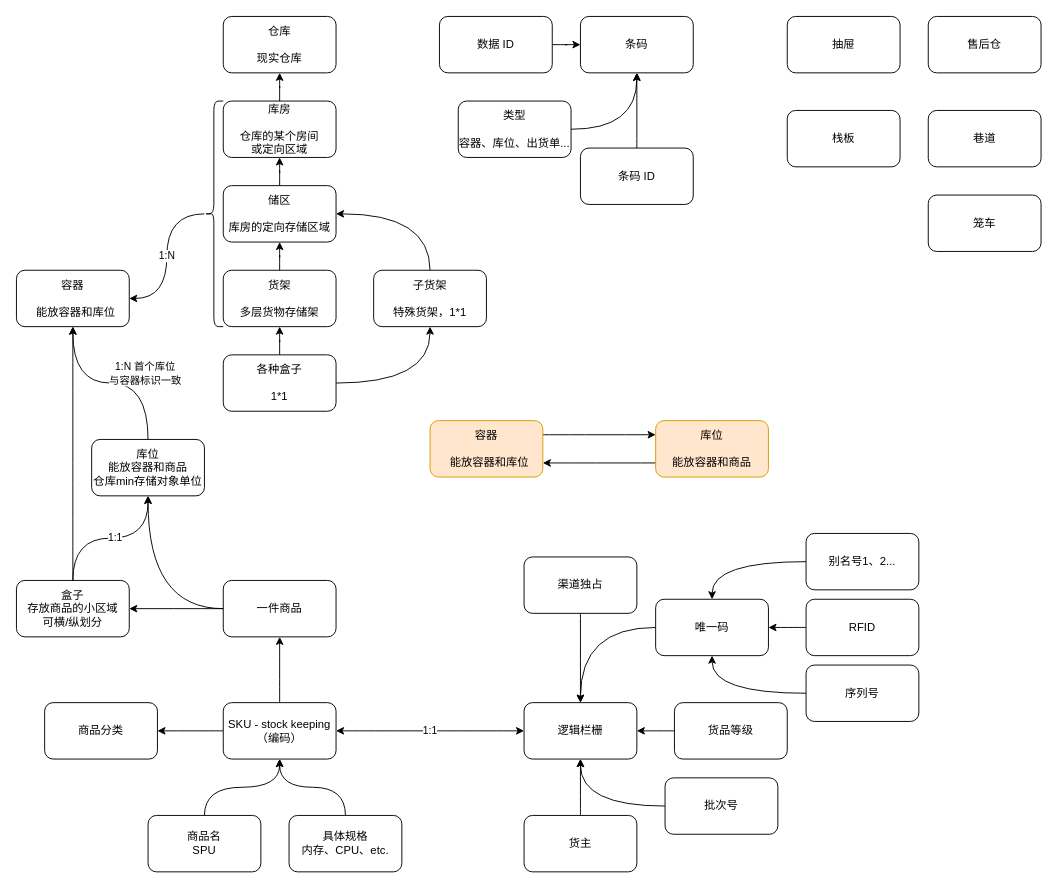
uiosun/diagrams keeps this draw.io diagram as page "Page-1" (1 of 8) of 结构分析.drawio. Above is the earlier version. Source tidied: cells renumbered, new cells numbered last; positions are measured from the earlier drawing's top-left corner, leaving out a move shared by most shapes. Both pictures are drawn from the tidied source at 94%, with x=0, y=0 at pixel (16, 16).
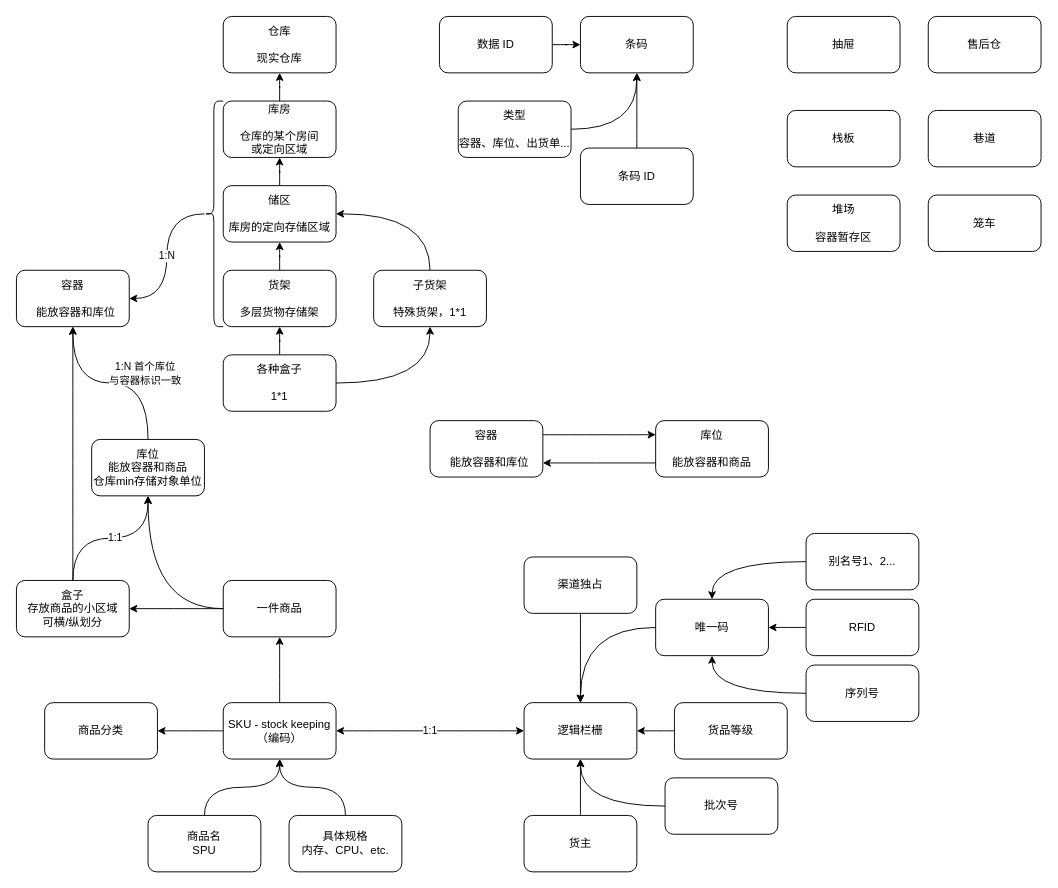
Above is the later version.

Diff of the diagram source:
```diff
@@
-    <mxCell id="34" value="容器&lt;br&gt;&lt;br&gt;&lt;div&gt;&amp;nbsp;&amp;nbsp;&lt;span style=&quot;background-color: initial;&quot;&gt;能放容器和库位&lt;/span&gt;&lt;/div&gt;" style="rounded=1;whiteSpace=wrap;html=1;fillColor=#ffe6cc;strokeColor=#d79b00;" parent="1" vertex="1">
+    <mxCell id="34" value="容器&lt;br&gt;&lt;br&gt;&lt;div&gt;&amp;nbsp;&amp;nbsp;&lt;span style=&quot;background-color: initial;&quot;&gt;能放容器和库位&lt;/span&gt;&lt;/div&gt;" style="rounded=1;whiteSpace=wrap;html=1;" parent="1" vertex="1">
       <mxGeometry x="440" y="430" width="120" height="60" as="geometry" />
     </mxCell>
@@
-    <mxCell id="36" value="库位&lt;br&gt;&lt;br&gt;能放容器和商品" style="rounded=1;whiteSpace=wrap;html=1;fillColor=#ffe6cc;strokeColor=#d79b00;" parent="1" vertex="1">
+    <mxCell id="36" value="库位&lt;br&gt;&lt;br&gt;能放容器和商品" style="rounded=1;whiteSpace=wrap;html=1;" parent="1" vertex="1">
       <mxGeometry x="680" y="430" width="120" height="60" as="geometry" />
     </mxCell>
@@
+    <mxCell id="67" value="堆场&lt;br&gt;&lt;br&gt;容器暂存区" style="rounded=1;whiteSpace=wrap;html=1;" parent="1" vertex="1">
+      <mxGeometry x="820" y="190" width="120" height="60" as="geometry" />
+    </mxCell>
```
